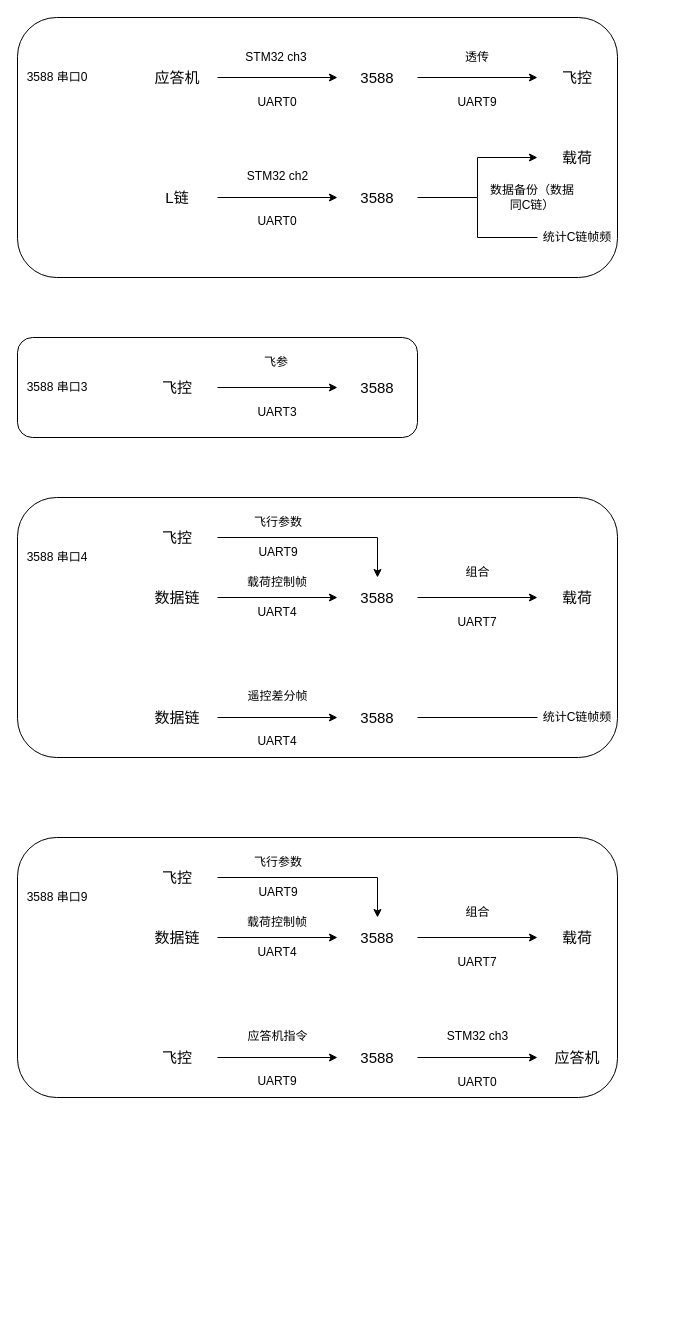
This is 数据流.drawio from SCERush/drawio, a draw.io file, before an edit. Source tidied: cells renumbered, new cells numbered last; positions are measured from the earlier drawing's top-left corner, leaving out a move shared by most shapes. Both pictures are drawn from the tidied source at 100%, with x=0, y=0 at pixel (17, 17).
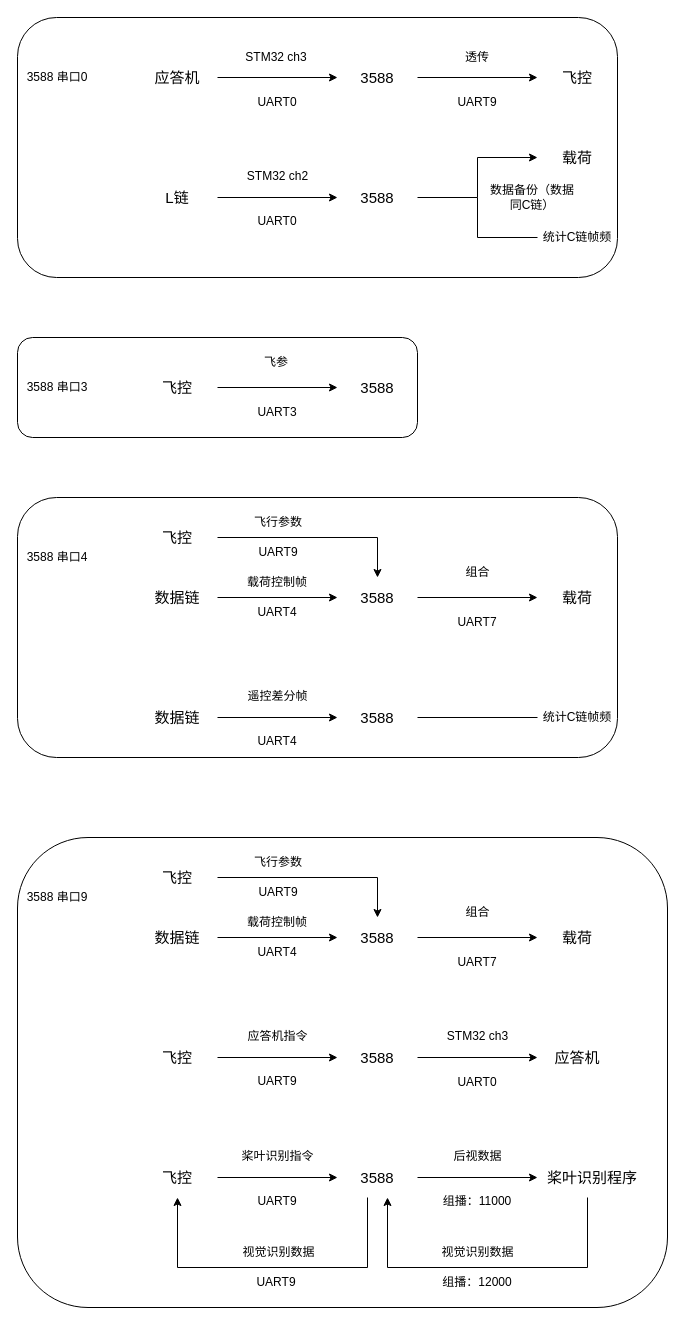
After the change.

Commit message:
更新数据流.drawio

The edit, as a diff of the source:
```diff
@@
     <mxCell id="51" style="rounded=1;whiteSpace=wrap;html=1;" parent="1" vertex="1">
-      <mxGeometry y="820" width="600" height="260" as="geometry" />
+      <mxGeometry y="820" width="650" height="470" as="geometry" />
     </mxCell>
@@
+    <mxCell id="76" value="飞控" style="text;html=1;whiteSpace=wrap;strokeColor=none;fillColor=none;align=center;verticalAlign=middle;rounded=0;fontSize=15;" parent="1" vertex="1">
+      <mxGeometry x="120" y="1140" width="80" height="40" as="geometry" />
+    </mxCell>
+    <mxCell id="77" style="edgeStyle=orthogonalEdgeStyle;rounded=0;jettySize=auto;html=1;entryX=0.5;entryY=1;entryDx=0;entryDy=0;" parent="1" edge="1" source="78" target="76">
+      <mxGeometry relative="1" as="geometry">
+        <Array as="points">
+          <mxPoint x="350" y="1250" />
+          <mxPoint x="160" y="1250" />
+        </Array>
+      </mxGeometry>
+    </mxCell>
+    <mxCell id="78" value="3588" style="text;html=1;whiteSpace=wrap;strokeColor=none;fillColor=none;align=center;verticalAlign=middle;rounded=0;fontSize=15;" parent="1" vertex="1">
+      <mxGeometry x="320" y="1140" width="80" height="40" as="geometry" />
+    </mxCell>
+    <mxCell id="79" style="endArrow=classic;html=1;rounded=0;exitX=1;exitY=0.5;exitDx=0;exitDy=0;" parent="1" edge="1" source="76" target="78">
+      <mxGeometry relative="1" as="geometry" />
+    </mxCell>
+    <mxCell id="80" value="UART9" style="text;html=1;whiteSpace=wrap;strokeColor=none;fillColor=none;align=center;verticalAlign=middle;rounded=0;" parent="1" vertex="1">
+      <mxGeometry x="230" y="1169" width="60" height="30" as="geometry" />
+    </mxCell>
+    <mxCell id="81" value="桨叶识别指令" style="text;html=1;whiteSpace=wrap;strokeColor=none;fillColor=none;align=center;verticalAlign=middle;rounded=0;" parent="1" vertex="1">
+      <mxGeometry x="219.5" y="1124" width="81" height="30" as="geometry" />
+    </mxCell>
+    <mxCell id="82" style="edgeStyle=orthogonalEdgeStyle;rounded=0;jettySize=auto;html=1;" parent="1" edge="1" source="83">
+      <mxGeometry relative="1" as="geometry">
+        <mxPoint x="370" y="1180" as="targetPoint" />
+        <Array as="points">
+          <mxPoint x="570" y="1250" />
+          <mxPoint x="370" y="1250" />
+          <mxPoint x="370" y="1180" />
+        </Array>
+      </mxGeometry>
+    </mxCell>
+    <mxCell id="83" value="桨叶识别程序" style="text;html=1;whiteSpace=wrap;strokeColor=none;fillColor=none;align=center;verticalAlign=middle;rounded=0;fontSize=15;" parent="1" vertex="1">
+      <mxGeometry x="520" y="1140" width="110" height="40" as="geometry" />
+    </mxCell>
+    <mxCell id="84" style="endArrow=classic;html=1;rounded=0;entryX=0;entryY=0.5;entryDx=0;entryDy=0;" parent="1" edge="1" source="78" target="83">
+      <mxGeometry relative="1" as="geometry" />
+    </mxCell>
+    <mxCell id="85" value="组播：11000" style="text;html=1;whiteSpace=wrap;strokeColor=none;fillColor=none;align=center;verticalAlign=middle;rounded=0;" parent="1" vertex="1">
+      <mxGeometry x="415" y="1169" width="90" height="30" as="geometry" />
+    </mxCell>
+    <mxCell id="86" value="后视数据" style="text;html=1;whiteSpace=wrap;strokeColor=none;fillColor=none;align=center;verticalAlign=middle;rounded=0;" parent="1" vertex="1">
+      <mxGeometry x="419.5" y="1124" width="81" height="30" as="geometry" />
+    </mxCell>
+    <mxCell id="87" value="视觉识别数据" style="text;html=1;whiteSpace=wrap;strokeColor=none;fillColor=none;align=center;verticalAlign=middle;rounded=0;" parent="1" vertex="1">
+      <mxGeometry x="419.5" y="1220" width="81" height="30" as="geometry" />
+    </mxCell>
+    <mxCell id="88" value="组播：12000" style="text;html=1;whiteSpace=wrap;strokeColor=none;fillColor=none;align=center;verticalAlign=middle;rounded=0;" parent="1" vertex="1">
+      <mxGeometry x="415" y="1250" width="90" height="30" as="geometry" />
+    </mxCell>
+    <mxCell id="89" value="视觉识别数据" style="text;html=1;whiteSpace=wrap;strokeColor=none;fillColor=none;align=center;verticalAlign=middle;rounded=0;" parent="1" vertex="1">
+      <mxGeometry x="220.5" y="1220" width="81" height="30" as="geometry" />
+    </mxCell>
+    <mxCell id="90" value="UART9" style="text;html=1;whiteSpace=wrap;strokeColor=none;fillColor=none;align=center;verticalAlign=middle;rounded=0;" parent="1" vertex="1">
+      <mxGeometry x="229" y="1250" width="60" height="30" as="geometry" />
+    </mxCell>
```
